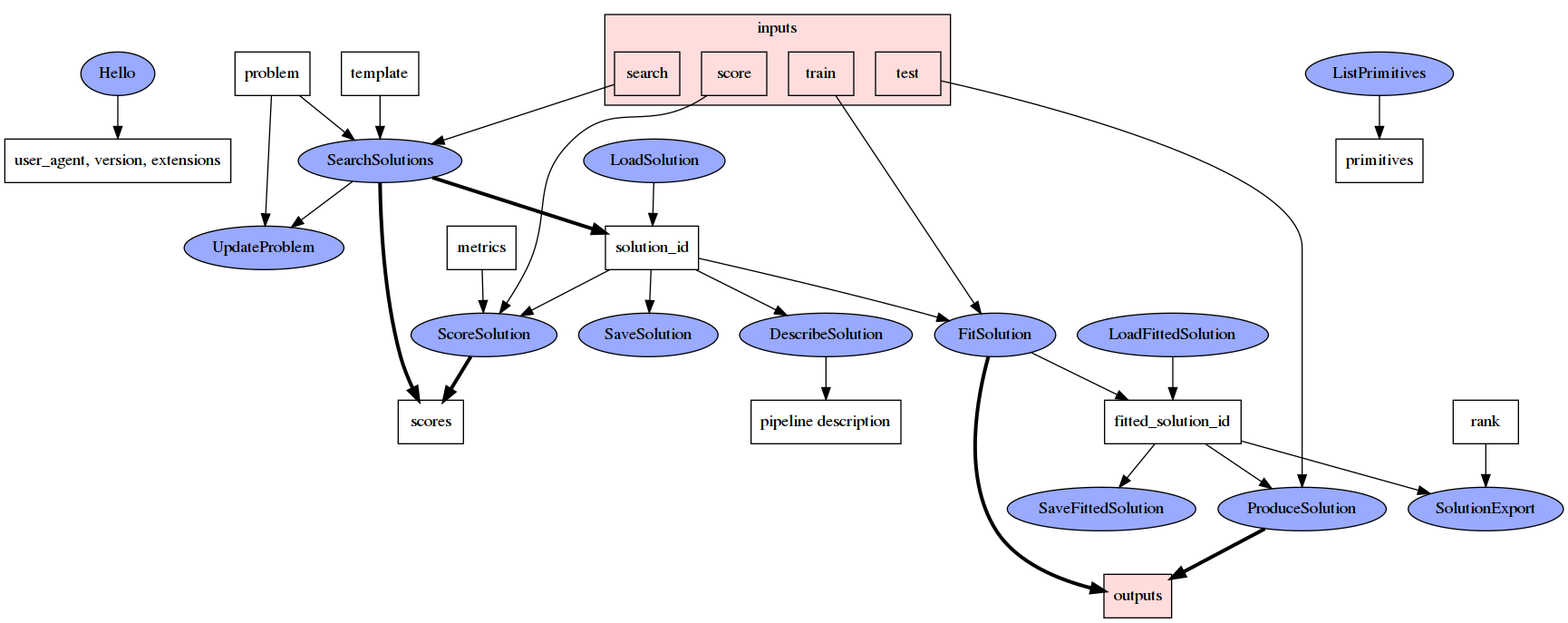
The Graphviz diagram submodules/ta3ta2-api/flow.png in TwoRavens/TwoRavens, before a commit. Its source is kept beside it as submodules/ta3ta2-api/flow.dot. The source it was exported from:
```dot
digraph G {
  compound=true;

  node [style="filled", fillcolor="#99aaff", shape="ellipse"];
  Hello;
  SearchSolutions;
  DescribeSolution;
  ScoreSolution;
  FitSolution;
  ProduceSolution;
  SolutionExport;
  UpdateProblem;
  ListPrimitives;
  SaveSolution;
  LoadSolution;
  SaveFittedSolution;
  LoadFittedSolution;

  node [style="filled", fillcolor="#ffdddd", shape="rectangle"];
  "outputs";

  subgraph cluster0 {
      label="inputs";
      style="filled";
      fillcolor="#ffdddd";
      shape="rectangle";
      node [style="filled", fillcolor="#ffdddd", shape="rectangle"];
      search;
      train;
      score;
      test;
  }

  node [style="filled", fillcolor="#ffffff", shape="rectangle"];

  Hello -> "user_agent, version, extensions";
  template -> SearchSolutions;
  problem -> SearchSolutions;
  search -> SearchSolutions;
  SearchSolutions -> solution_id [penwidth=3.0];
  SearchSolutions -> scores [penwidth=3.0];
  solution_id -> DescribeSolution;
  DescribeSolution -> "pipeline description";
  solution_id -> ScoreSolution;
  score -> ScoreSolution;
  metrics -> ScoreSolution;
  ScoreSolution -> scores [penwidth=3.0];
  solution_id -> FitSolution;
  train -> FitSolution
  FitSolution -> outputs [penwidth=3.0];
  FitSolution -> fitted_solution_id;
  fitted_solution_id -> ProduceSolution;
  fitted_solution_id -> SaveFittedSolution;
  LoadFittedSolution -> fitted_solution_id;
  test -> ProduceSolution;
  ProduceSolution -> outputs [penwidth=3.0];
  fitted_solution_id -> SolutionExport;
  solution_id -> SaveSolution;
  LoadSolution -> solution_id;
  rank -> SolutionExport
  SearchSolutions -> UpdateProblem;
  problem -> UpdateProblem;
  ListPrimitives -> primitives;
}
```
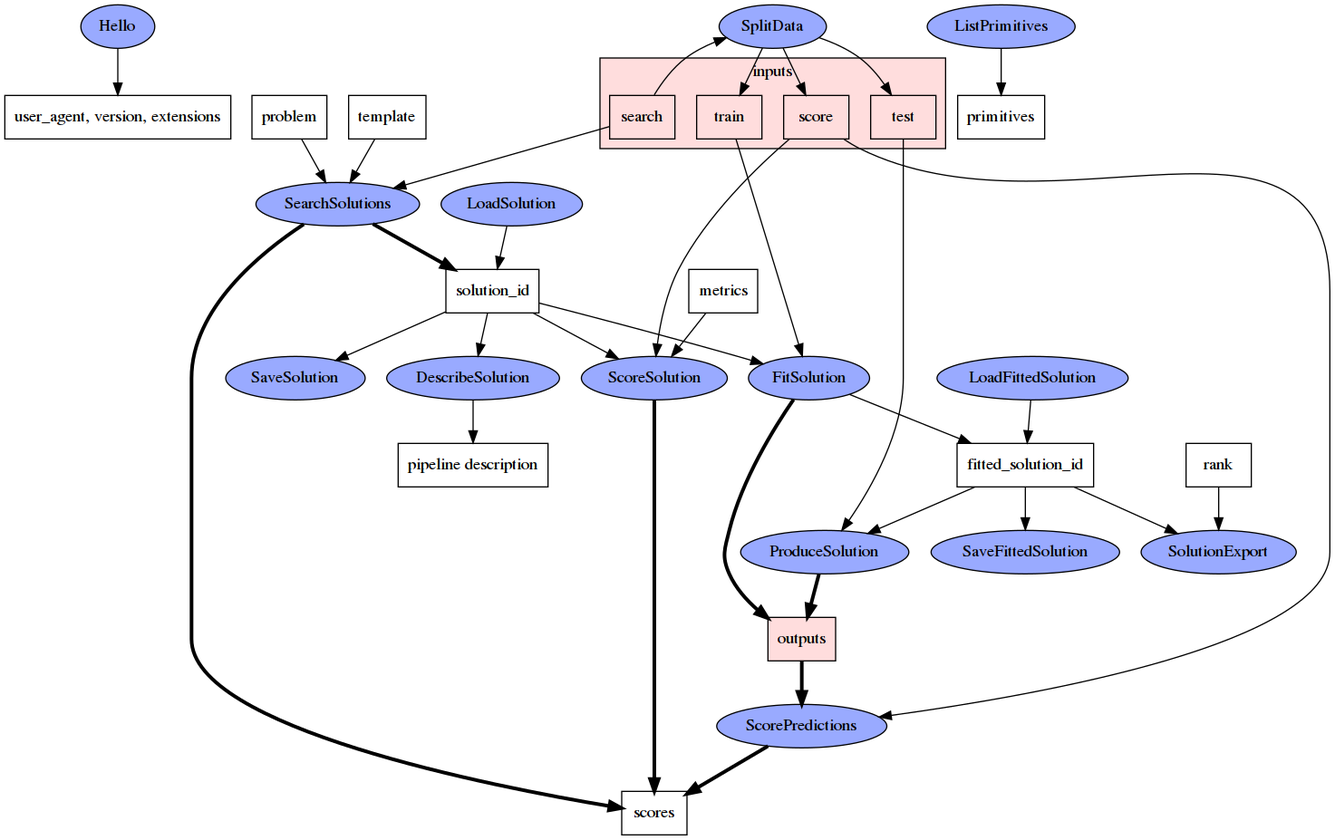
Later version of the same file.

Change to the diagram source:
```diff
@@ -9,12 +9,13 @@
   FitSolution;
   ProduceSolution;
   SolutionExport;
-  UpdateProblem;
   ListPrimitives;
   SaveSolution;
   LoadSolution;
   SaveFittedSolution;
   LoadFittedSolution;
+  SplitData;
+  ScorePredictions;
 
   node [style="filled", fillcolor="#ffdddd", shape="rectangle"];
   "outputs";
@@ -58,7 +59,12 @@
   solution_id -> SaveSolution;
   LoadSolution -> solution_id;
   rank -> SolutionExport
-  SearchSolutions -> UpdateProblem;
-  problem -> UpdateProblem;
   ListPrimitives -> primitives;
+  search -> SplitData;
+  SplitData -> train;
+  SplitData -> score;
+  SplitData -> test;
+  outputs -> ScorePredictions [penwidth=3.0];
+  score -> ScorePredictions;
+  ScorePredictions -> scores [penwidth=3.0];
 }
```
